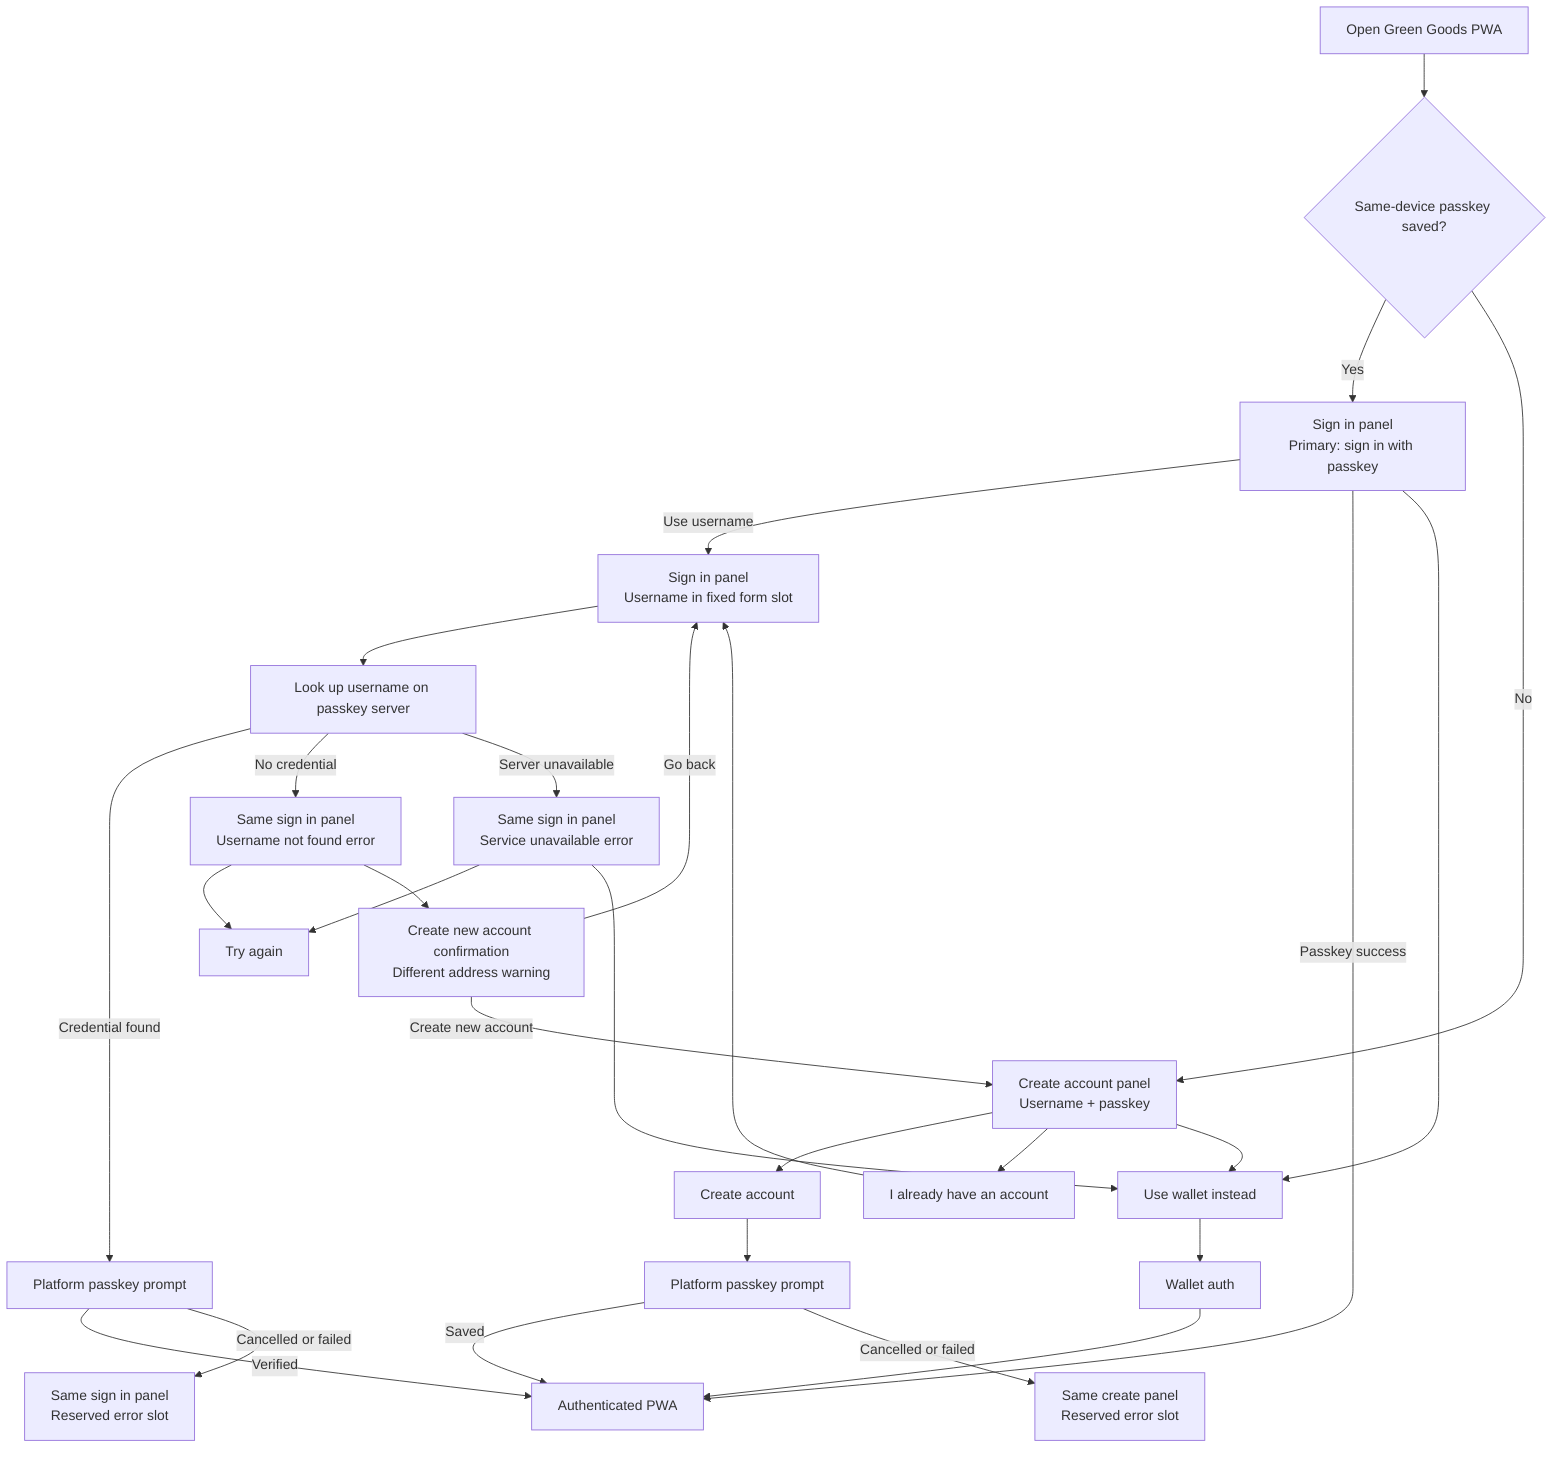
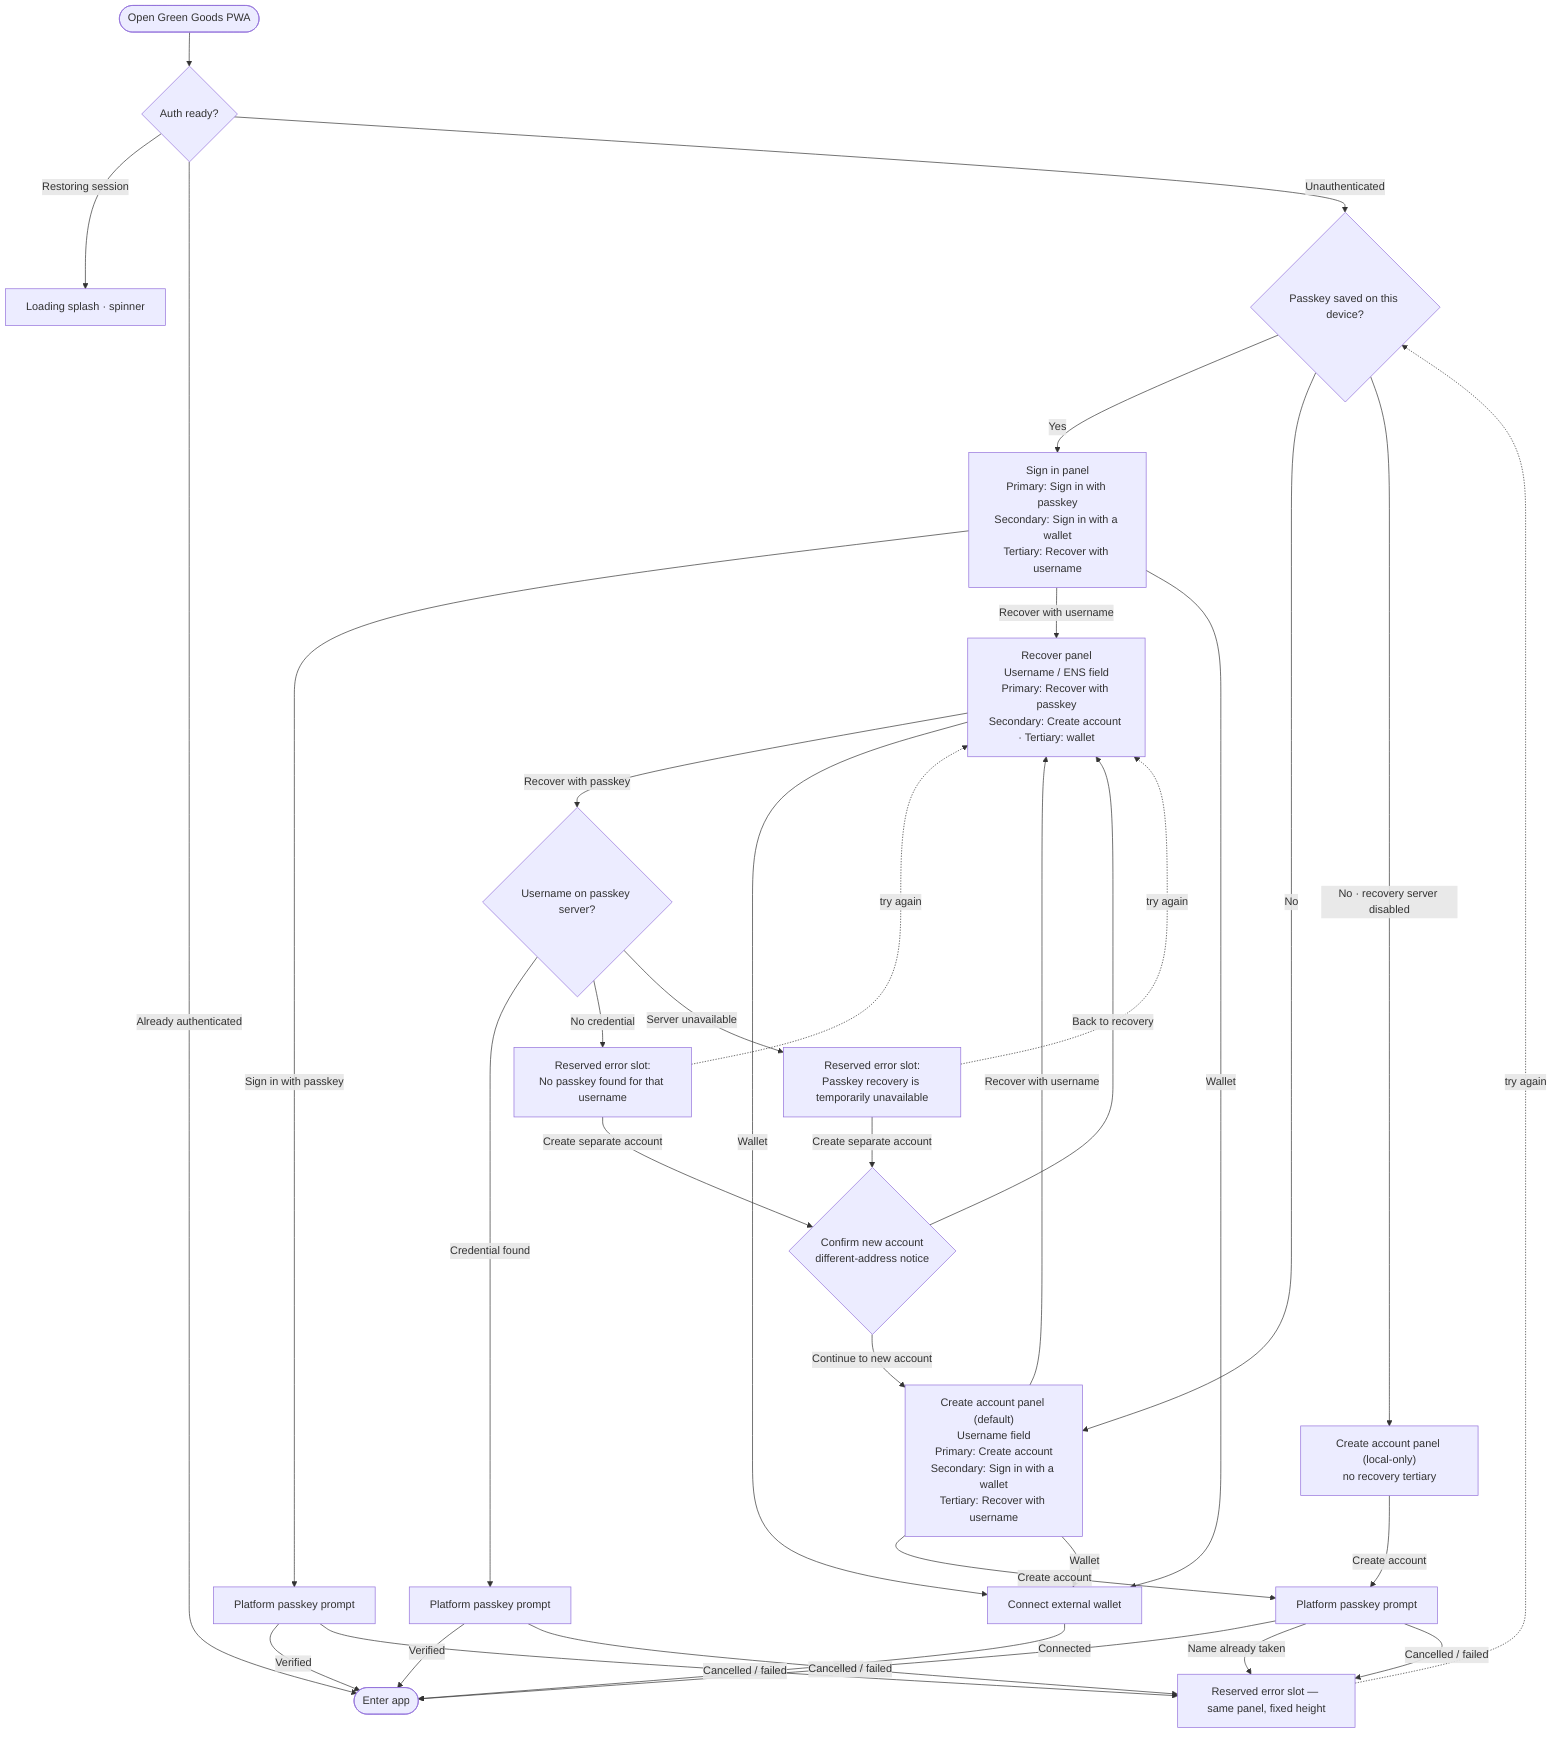
+ %% Green Goods PWA passkey login/signup flow (as implemented in views/Login/index.tsx).
+ %% Create-account-first for new installs; same-device one-tap for returning users;
+ %% recovery is a progressive opt-in; every error stays in the panel's reserved slot
+ %% (fixed height — no layout shift); wallet is the fallback from any panel.
flowchart TD
-     Start["Open Green Goods PWA"] --> Local{"Same-device passkey saved?"}
+     Start(["Open Green Goods PWA"]) --> Ready{"Auth ready?"}
+     Ready -->|Restoring session| Loading["Loading splash · spinner"]
+     Ready -->|Already authenticated| App(["Enter app"])
+     Ready -->|Unauthenticated| Stored{"Passkey saved on this device?"}

-     Local -->|Yes| LocalSignIn["Sign in panel<br/>Primary: sign in with passkey"]
-     Local -->|No| Create["Create account panel<br/>Username + passkey"]
+     %% Returning user — same-device one-tap
+     Stored -->|Yes| Returning["Sign in panel<br/>Primary: Sign in with passkey<br/>Secondary: Sign in with a wallet<br/>Tertiary: Recover with username"]
+     Returning -->|Sign in with passkey| LocalPrompt["Platform passkey prompt"]
+     LocalPrompt -->|Verified| App
+     LocalPrompt -->|Cancelled / failed| PanelErr

-     Create --> CreateSubmit["Create account"]
-     CreateSubmit --> PlatformCreate["Platform passkey prompt"]
-     PlatformCreate -->|Saved| App["Authenticated PWA"]
-     PlatformCreate -->|Cancelled or failed| CreateError["Same create panel<br/>Reserved error slot"]
+     %% First install — Create account is the default
+     Stored -->|No| Create["Create account panel (default)<br/>Username field<br/>Primary: Create account<br/>Secondary: Sign in with a wallet<br/>Tertiary: Recover with username"]
+     Create -->|Create account| CreatePrompt["Platform passkey prompt"]
+     CreatePrompt -->|Saved| App
+     CreatePrompt -->|Name already taken| PanelErr
+     CreatePrompt -->|Cancelled / failed| PanelErr

-     Create --> Existing["I already have an account"]
-     Existing --> UsernameSignIn["Sign in panel<br/>Username in fixed form slot"]
-     LocalSignIn -->|Use username| UsernameSignIn
-     LocalSignIn -->|Passkey success| App
+     %% Progressive recovery — opt-in from either panel
+     Returning -->|Recover with username| Recover["Recover panel<br/>Username / ENS field<br/>Primary: Recover with passkey<br/>Secondary: Create account · Tertiary: wallet"]
+     Create -->|Recover with username| Recover
+     Recover -->|Recover with passkey| Lookup{"Username on passkey server?"}
+     Lookup -->|Credential found| RecoverPrompt["Platform passkey prompt"]
+     RecoverPrompt -->|Verified| App
+     RecoverPrompt -->|Cancelled / failed| PanelErr
+     Lookup -->|No credential| NotFound["Reserved error slot:<br/>No passkey found for that username"]
+     Lookup -->|Server unavailable| ServerErr["Reserved error slot:<br/>Passkey recovery is temporarily unavailable"]

-     UsernameSignIn --> Lookup["Look up username on passkey server"]
-     Lookup -->|Credential found| PlatformSignIn["Platform passkey prompt"]
-     PlatformSignIn -->|Verified| App
-     PlatformSignIn -->|Cancelled or failed| SignInError["Same sign in panel<br/>Reserved error slot"]
+     %% Errors stay in the same panel's reserved (fixed-height) slot
+     PanelErr["Reserved error slot — same panel, fixed height"]
+     PanelErr -.try again.-> Stored
+     NotFound -.try again.-> Recover
+     ServerErr -.try again.-> Recover

-     Lookup -->|No credential| NotFound["Same sign in panel<br/>Username not found error"]
-     Lookup -->|Server unavailable| ServerError["Same sign in panel<br/>Service unavailable error"]
+     %% Separate account after a failed recovery (guarded, two-step)
+     NotFound -->|Create separate account| ConfirmNew{"Confirm new account<br/>different-address notice"}
+     ServerErr -->|Create separate account| ConfirmNew
+     ConfirmNew -->|Continue to new account| Create
+     ConfirmNew -->|Back to recovery| Recover

-     NotFound --> Retry["Try again"]
-     NotFound --> NewConfirm["Create new account confirmation<br/>Different address warning"]
-     ServerError --> Retry
-     ServerError --> Wallet["Use wallet instead"]
+     %% Wallet fallback from any panel
+     Returning -->|Wallet| Wallet["Connect external wallet"]
+     Create -->|Wallet| Wallet
+     Recover -->|Wallet| Wallet
+     Wallet -->|Connected| App

-     NewConfirm -->|Go back| UsernameSignIn
-     NewConfirm -->|Create new account| Create
- 
-     Create --> Wallet
-     LocalSignIn --> Wallet
-     Wallet --> WalletAuth["Wallet auth"]
-     WalletAuth --> App
+     %% Local-only deployments (passkey server disabled)
+     Stored -->|No · recovery server disabled| CreateLocal["Create account panel (local-only)<br/>no recovery tertiary"]
+     CreateLocal -->|Create account| CreatePrompt
